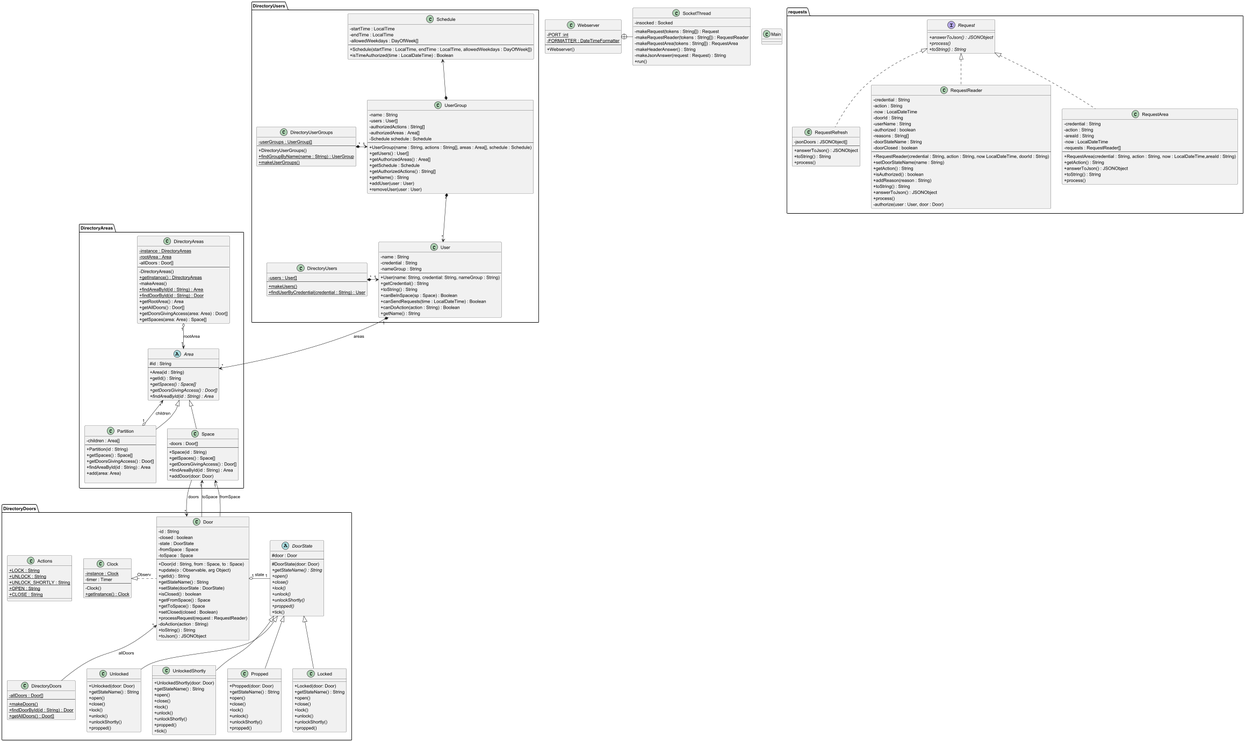
conststh/DSW_ACS keeps this PlantUML diagram as src/baseNoStates/uml/baseNoStates.png. Above is the earlier version.
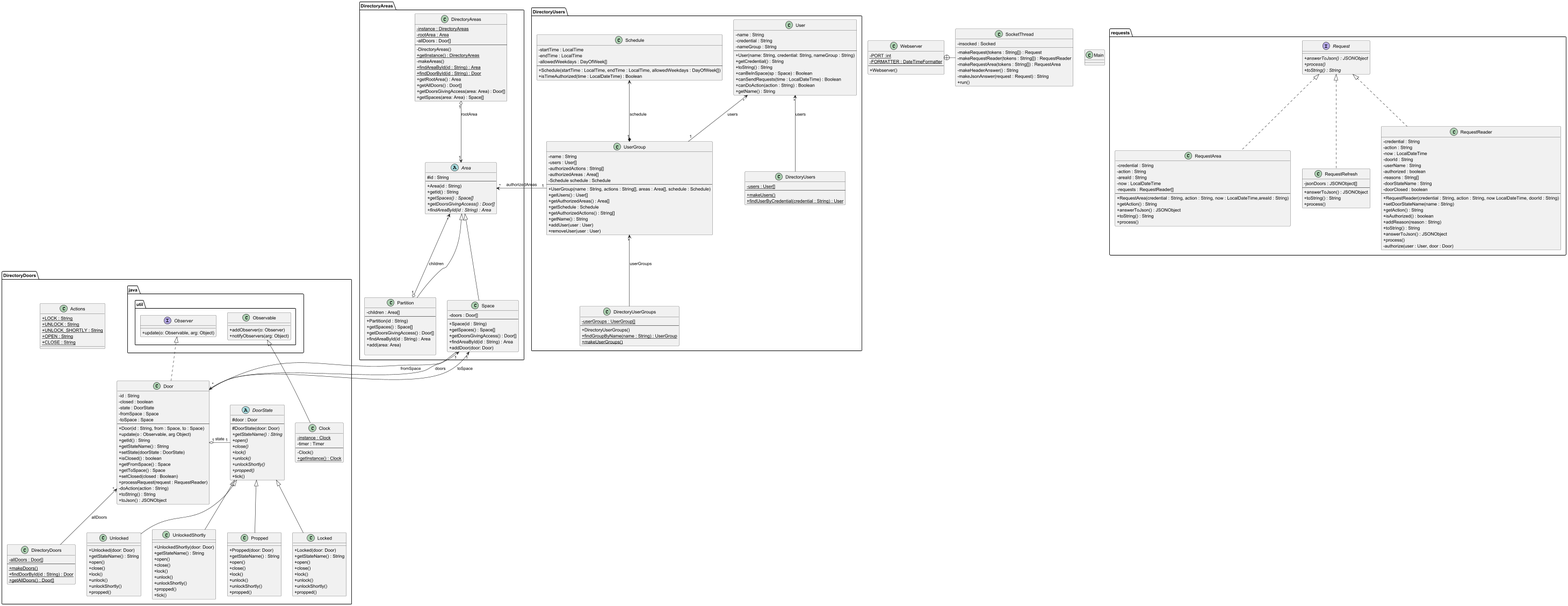
After the change.

Diff of the diagram source:
```diff
@@ -1,6 +1,14 @@
 @startuml
 skinparam classAttributeIconSize 0
 package DirectoryDoors{
+    interface java.util.Observer {
+        + update(o: Observable, arg: Object)
+    }
+    class java.util.Observable {
+        + addObserver(o: Observer)
+        + notifyObservers(arg: Object)
+    }
+
     class Door {
     - id : String
     - closed : boolean
@@ -114,7 +122,8 @@
     DoorState <|-- Propped
     Door "*" <-- DirectoryDoors : "allDoors"
 
-    Clock <|. Door : "Observ"
+    java.util.Observer <|.. Door
+    java.util.Observable <|-- Clock
 }
 
 package DirectoryAreas{
@@ -231,11 +240,11 @@
     +isTimeAuthorized(time : LocalDateTime) : Boolean
     }
 
-    User "1" *--> "*" Area : "areas"
-    UserGroup "*" *--> "*" User
-    DirectoryUsers "*" *-> "1" User
-    DirectoryUserGroups "*" *-> "1" UserGroup
-    Schedule <--* UserGroup
+    Area "*" <- "1" UserGroup : "authorizedAreas"
+    User "*" <-- "1" UserGroup : "users"
+    User "*" <-- DirectoryUsers : "users"
+    UserGroup "*" <-- DirectoryUserGroups : "userGroups"
+    Schedule <--* "1" UserGroup : "schedule"
 }
 
 class Main{}
```
